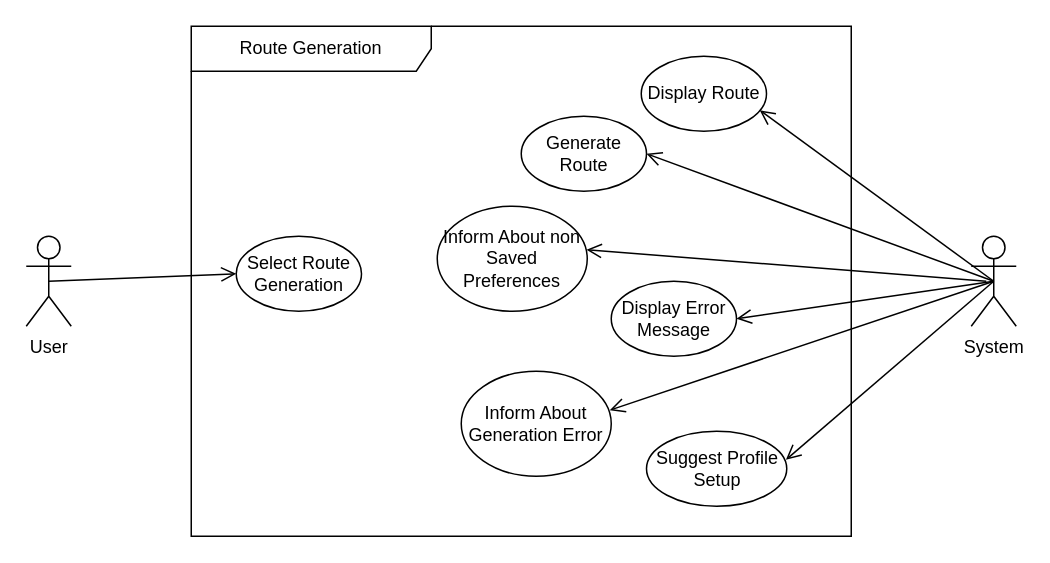
This is Use Case Diagrams/Route Generation.drawio.xml from gsklaven/MusePath, a draw.io file, before an edit. Source tidied: cells renumbered, new cells numbered last; positions are measured from the earlier drawing's top-left corner, leaving out a move shared by most shapes. Both pictures are drawn from the tidied source at 150%, with x=0, y=0 at pixel (26, 26).
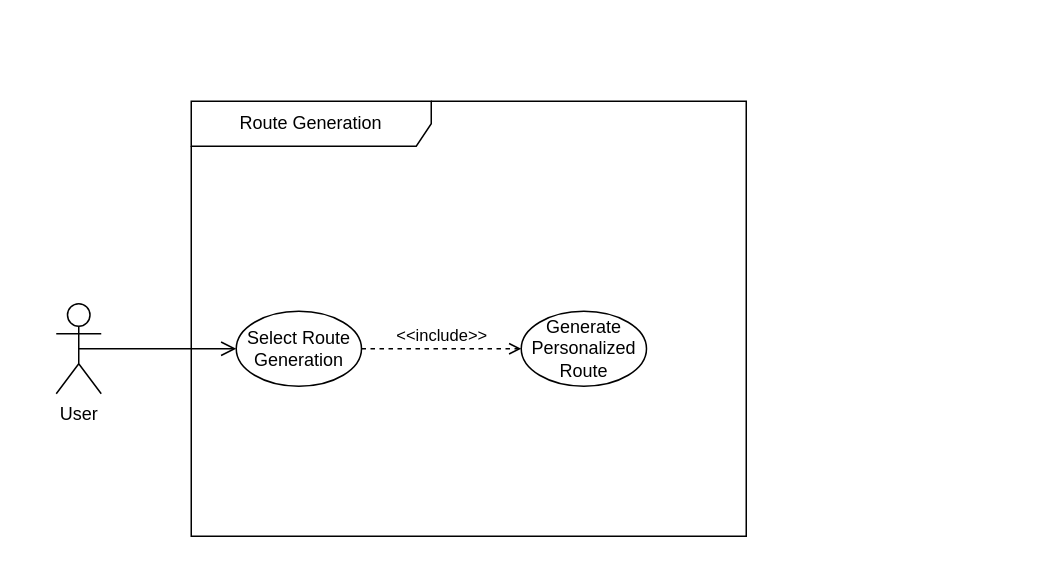
The same diagram, later.

Commit message (it also covers changes not shown here):
remove system as an actor

What changed in the source:
```diff
@@
 <mxGraphModel>
   <root>
     <mxCell id="0" />
     <mxCell id="1" parent="0" />
     <mxCell id="2" value="Route Generation" style="shape=umlFrame;whiteSpace=wrap;html=1;width=160;" parent="1" vertex="1">
-      <mxGeometry x="110" width="440" height="340" as="geometry" />
+      <mxGeometry x="110" y="50" width="370" height="290" as="geometry" />
     </mxCell>
-    <mxCell id="3" value="Display Route" style="ellipse;html=1;whiteSpace=wrap;" parent="2" vertex="1">
-      <mxGeometry x="300" y="20" width="83.5" height="50" as="geometry" />
-    </mxCell>
-    <mxCell id="4" value="Generate Route" style="ellipse;html=1;whiteSpace=wrap;" parent="2" vertex="1">
-      <mxGeometry x="220" y="60" width="83.5" height="50" as="geometry" />
+    <mxCell id="4" value="Generate&lt;div&gt;Personalized Route&lt;/div&gt;" style="ellipse;html=1;whiteSpace=wrap;" parent="2" vertex="1">
+      <mxGeometry x="220" y="140" width="83.5" height="50" as="geometry" />
     </mxCell>
-    <mxCell id="5" value="Display Error Message" style="ellipse;html=1;whiteSpace=wrap;" parent="2" vertex="1">
-      <mxGeometry x="280" y="170" width="83.5" height="50" as="geometry" />
-    </mxCell>
     <mxCell id="6" value="Select Route Generation" style="ellipse;html=1;whiteSpace=wrap;" parent="2" vertex="1">
       <mxGeometry x="30" y="140" width="83.5" height="50" as="geometry" />
     </mxCell>
-    <mxCell id="7" value="Inform About non Saved Preferences" style="ellipse;html=1;whiteSpace=wrap;" parent="2" vertex="1">
-      <mxGeometry x="164" y="120" width="100" height="70" as="geometry" />
-    </mxCell>
-    <mxCell id="8" value="Suggest Profile Setup" style="ellipse;html=1;whiteSpace=wrap;" parent="2" vertex="1">
-      <mxGeometry x="303.5" y="270" width="93.5" height="50" as="geometry" />
-    </mxCell>
-    <mxCell id="9" value="Inform About Generation Error" style="ellipse;html=1;whiteSpace=wrap;" parent="2" vertex="1">
-      <mxGeometry x="180" y="230" width="100" height="70" as="geometry" />
-    </mxCell>
+    <mxCell id="19" value="&amp;lt;&amp;lt;include&amp;gt;&amp;gt;" style="html=1;verticalAlign=bottom;labelBackgroundColor=none;endArrow=open;endFill=0;dashed=1;rounded=0;exitX=1;exitY=0.5;exitDx=0;exitDy=0;entryX=0;entryY=0.5;entryDx=0;entryDy=0;" parent="2" edge="1" source="6" target="4">
+      <mxGeometry relative="1" as="geometry" />
+    </mxCell>
     <mxCell id="10" value="User" style="shape=umlActor;verticalLabelPosition=bottom;verticalAlign=top;html=1;" parent="1" vertex="1">
-      <mxGeometry y="140" width="30" height="60" as="geometry" />
+      <mxGeometry x="20" y="185" width="30" height="60" as="geometry" />
     </mxCell>
-    <mxCell id="11" value="System" style="shape=umlActor;verticalLabelPosition=bottom;verticalAlign=top;html=1;" parent="1" vertex="1">
-      <mxGeometry x="630" y="140" width="30" height="60" as="geometry" />
-    </mxCell>
     <mxCell id="12" style="endArrow=open;startArrow=none;endFill=0;startFill=0;endSize=8;html=1;verticalAlign=bottom;labelBackgroundColor=none;strokeWidth=1;rounded=0;exitX=0.5;exitY=0.5;exitDx=0;exitDy=0;exitPerimeter=0;entryX=0;entryY=0.5;entryDx=0;entryDy=0;" parent="1" edge="1" source="10" target="6">
       <mxGeometry relative="1" as="geometry" />
     </mxCell>
-    <mxCell id="13" style="endArrow=open;startArrow=none;endFill=0;startFill=0;endSize=8;html=1;verticalAlign=bottom;labelBackgroundColor=none;strokeWidth=1;rounded=0;exitX=0.5;exitY=0.5;exitDx=0;exitDy=0;exitPerimeter=0;entryX=0.946;entryY=0.72;entryDx=0;entryDy=0;entryPerimeter=0;" parent="1" edge="1" source="11" target="3">
-      <mxGeometry relative="1" as="geometry" />
-    </mxCell>
-    <mxCell id="14" style="endArrow=open;startArrow=none;endFill=0;startFill=0;endSize=8;html=1;verticalAlign=bottom;labelBackgroundColor=none;strokeWidth=1;rounded=0;exitX=0.5;exitY=0.5;exitDx=0;exitDy=0;exitPerimeter=0;entryX=1;entryY=0.5;entryDx=0;entryDy=0;" parent="1" edge="1" source="11" target="4">
-      <mxGeometry relative="1" as="geometry" />
-    </mxCell>
-    <mxCell id="15" style="endArrow=open;startArrow=none;endFill=0;startFill=0;endSize=8;html=1;verticalAlign=bottom;labelBackgroundColor=none;strokeWidth=1;rounded=0;exitX=0.5;exitY=0.5;exitDx=0;exitDy=0;exitPerimeter=0;entryX=1;entryY=0.5;entryDx=0;entryDy=0;" parent="1" edge="1" source="11" target="5">
-      <mxGeometry relative="1" as="geometry" />
-    </mxCell>
-    <mxCell id="16" style="endArrow=open;startArrow=none;endFill=0;startFill=0;endSize=8;html=1;verticalAlign=bottom;labelBackgroundColor=none;strokeWidth=1;rounded=0;entryX=0.995;entryY=0.414;entryDx=0;entryDy=0;entryPerimeter=0;" parent="1" edge="1" target="7">
-      <mxGeometry relative="1" as="geometry">
-        <mxPoint x="640" y="170" as="sourcePoint" />
-      </mxGeometry>
-    </mxCell>
-    <mxCell id="17" style="endArrow=open;startArrow=none;endFill=0;startFill=0;endSize=8;html=1;verticalAlign=bottom;labelBackgroundColor=none;strokeWidth=1;rounded=0;entryX=0.994;entryY=0.38;entryDx=0;entryDy=0;entryPerimeter=0;exitX=0.5;exitY=0.5;exitDx=0;exitDy=0;exitPerimeter=0;" parent="1" edge="1" source="11" target="8">
-      <mxGeometry relative="1" as="geometry" />
-    </mxCell>
-    <mxCell id="18" style="endArrow=open;startArrow=none;endFill=0;startFill=0;endSize=8;html=1;verticalAlign=bottom;labelBackgroundColor=none;strokeWidth=1;rounded=0;entryX=0.99;entryY=0.371;entryDx=0;entryDy=0;entryPerimeter=0;exitX=0.5;exitY=0.5;exitDx=0;exitDy=0;exitPerimeter=0;" parent="1" edge="1" source="11" target="9">
-      <mxGeometry relative="1" as="geometry" />
-    </mxCell>
   </root>
 </mxGraphModel>
```
